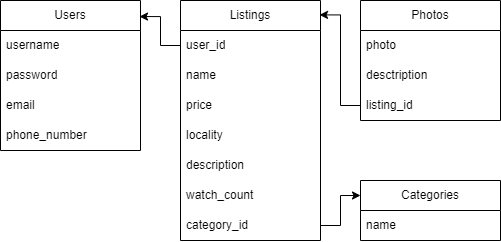
Above: database/BazarDatabase.png in Kolby11/Bazar-WebApplication-Backend (draw.io), before the change. Source tidied: cells renumbered, new cells last; positions are measured from the earlier drawing's top-left corner, leaving out a move shared by most shapes. Source of this version:
```xml
<mxGraphModel>
  <root>
    <mxCell id="0" />
    <mxCell id="1" parent="0" />
    <mxCell id="2" value="Categories" style="swimlane;fontStyle=0;horizontal=1;startSize=30;whiteSpace=wrap;html=1;" parent="1" vertex="1">
      <mxGeometry x="360" y="180" width="140" height="60" as="geometry" />
    </mxCell>
    <mxCell id="3" value="name" style="text;strokeColor=none;fillColor=none;align=left;verticalAlign=middle;spacingLeft=4;spacingRight=4;overflow=hidden;whiteSpace=wrap;html=1;" parent="2" vertex="1">
      <mxGeometry y="30" width="140" height="30" as="geometry" />
    </mxCell>
    <mxCell id="4" value="Listings" style="swimlane;fontStyle=0;horizontal=1;startSize=30;whiteSpace=wrap;html=1;" parent="1" vertex="1">
      <mxGeometry x="180" width="140" height="240" as="geometry" />
    </mxCell>
    <mxCell id="5" value="user_id" style="text;strokeColor=none;fillColor=none;align=left;verticalAlign=middle;spacingLeft=4;spacingRight=4;overflow=hidden;points=[[0,0.5],[1,0.5]];portConstraint=eastwest;whiteSpace=wrap;html=1;" parent="4" vertex="1">
      <mxGeometry y="30" width="140" height="30" as="geometry" />
    </mxCell>
    <mxCell id="6" value="name" style="text;strokeColor=none;fillColor=none;align=left;verticalAlign=middle;spacingLeft=4;spacingRight=4;overflow=hidden;whiteSpace=wrap;html=1;" parent="4" vertex="1">
      <mxGeometry y="60" width="140" height="30" as="geometry" />
    </mxCell>
    <mxCell id="7" value="price" style="text;strokeColor=none;fillColor=none;align=left;verticalAlign=middle;spacingLeft=4;spacingRight=4;overflow=hidden;whiteSpace=wrap;html=1;" parent="4" vertex="1">
      <mxGeometry y="90" width="140" height="30" as="geometry" />
    </mxCell>
    <mxCell id="8" value="locality" style="text;html=1;strokeColor=none;fillColor=none;align=left;verticalAlign=middle;whiteSpace=wrap;rounded=0;spacingLeft=4;spacingRight=4;" parent="4" vertex="1">
      <mxGeometry y="120" width="140" height="30" as="geometry" />
    </mxCell>
    <mxCell id="9" value="description" style="text;html=1;strokeColor=none;fillColor=none;align=left;verticalAlign=middle;whiteSpace=wrap;rounded=0;spacingLeft=4;spacingRight=4;" parent="4" vertex="1">
      <mxGeometry y="150" width="140" height="30" as="geometry" />
    </mxCell>
    <mxCell id="10" value="watch_count" style="text;html=1;strokeColor=none;fillColor=none;align=left;verticalAlign=middle;whiteSpace=wrap;rounded=0;spacingLeft=4;spacingRight=4;" parent="4" vertex="1">
      <mxGeometry y="180" width="140" height="30" as="geometry" />
    </mxCell>
    <mxCell id="11" value="category_id" style="text;html=1;strokeColor=none;fillColor=none;align=left;verticalAlign=middle;whiteSpace=wrap;rounded=0;spacingLeft=4;spacingRight=4;" parent="4" vertex="1">
      <mxGeometry y="210" width="140" height="30" as="geometry" />
    </mxCell>
    <mxCell id="12" value="Users" style="swimlane;fontStyle=0;horizontal=1;startSize=30;whiteSpace=wrap;html=1;" parent="1" vertex="1">
      <mxGeometry width="140" height="150" as="geometry" />
    </mxCell>
    <mxCell id="13" value="username" style="text;strokeColor=none;fillColor=none;align=left;verticalAlign=middle;spacingLeft=4;spacingRight=4;overflow=hidden;whiteSpace=wrap;html=1;" parent="12" vertex="1">
      <mxGeometry y="30" width="140" height="30" as="geometry" />
    </mxCell>
    <mxCell id="14" value="password" style="text;strokeColor=none;fillColor=none;align=left;verticalAlign=middle;spacingLeft=4;spacingRight=4;overflow=hidden;whiteSpace=wrap;html=1;" parent="12" vertex="1">
      <mxGeometry y="60" width="140" height="30" as="geometry" />
    </mxCell>
    <mxCell id="15" value="email" style="text;strokeColor=none;fillColor=none;align=left;verticalAlign=middle;spacingLeft=4;spacingRight=4;overflow=hidden;whiteSpace=wrap;html=1;" parent="12" vertex="1">
      <mxGeometry y="90" width="140" height="30" as="geometry" />
    </mxCell>
    <mxCell id="16" value="phone_number" style="text;html=1;strokeColor=none;fillColor=none;align=left;verticalAlign=middle;whiteSpace=wrap;rounded=0;spacingLeft=4;spacingRight=4;" parent="12" vertex="1">
      <mxGeometry y="120" width="140" height="30" as="geometry" />
    </mxCell>
    <mxCell id="17" value="Photos" style="swimlane;fontStyle=0;horizontal=1;startSize=30;whiteSpace=wrap;html=1;" parent="1" vertex="1">
      <mxGeometry x="360" width="140" height="120" as="geometry" />
    </mxCell>
    <mxCell id="18" value="photo" style="text;strokeColor=none;fillColor=none;align=left;verticalAlign=middle;spacingLeft=4;spacingRight=4;overflow=hidden;whiteSpace=wrap;html=1;" parent="17" vertex="1">
      <mxGeometry y="30" width="140" height="30" as="geometry" />
    </mxCell>
    <mxCell id="19" value="desctription" style="text;strokeColor=none;fillColor=none;align=left;verticalAlign=middle;spacingLeft=4;spacingRight=4;overflow=hidden;whiteSpace=wrap;html=1;" parent="17" vertex="1">
      <mxGeometry y="60" width="140" height="30" as="geometry" />
    </mxCell>
    <mxCell id="20" value="listing_id" style="text;strokeColor=none;fillColor=none;align=left;verticalAlign=middle;spacingLeft=4;spacingRight=4;overflow=hidden;points=[[0,0.5],[1,0.5]];portConstraint=eastwest;whiteSpace=wrap;html=1;" parent="17" vertex="1">
      <mxGeometry y="90" width="140" height="30" as="geometry" />
    </mxCell>
    <mxCell id="21" style="edgeStyle=orthogonalEdgeStyle;rounded=0;jettySize=auto;html=1;exitX=1;exitY=0.5;exitDx=0;exitDy=0;entryX=0;entryY=0.25;entryDx=0;entryDy=0;" parent="1" edge="1" source="11" target="2">
      <mxGeometry relative="1" as="geometry">
        <Array as="points">
          <mxPoint x="340" y="225" />
          <mxPoint x="340" y="195" />
        </Array>
      </mxGeometry>
    </mxCell>
    <mxCell id="22" style="edgeStyle=orthogonalEdgeStyle;rounded=0;jettySize=auto;html=1;exitX=0;exitY=0.5;exitDx=0;exitDy=0;entryX=0.993;entryY=0.107;entryDx=0;entryDy=0;entryPerimeter=0;" parent="1" edge="1" source="5" target="12">
      <mxGeometry relative="1" as="geometry" />
    </mxCell>
    <mxCell id="23" style="edgeStyle=orthogonalEdgeStyle;rounded=0;jettySize=auto;html=1;exitX=0;exitY=0.5;exitDx=0;exitDy=0;entryX=0.993;entryY=0.06;entryDx=0;entryDy=0;entryPerimeter=0;" parent="1" edge="1" source="20" target="4">
      <mxGeometry relative="1" as="geometry">
        <Array as="points">
          <mxPoint x="340" y="105" />
          <mxPoint x="340" y="14" />
        </Array>
      </mxGeometry>
    </mxCell>
  </root>
</mxGraphModel>
```
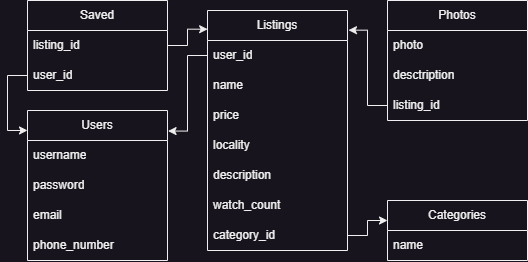
After the change.

Commit message:
added saved listings table to database

Diff of the diagram source:
```diff
@@ -3,13 +3,13 @@
     <mxCell id="0" />
     <mxCell id="1" parent="0" />
     <mxCell id="2" value="Categories" style="swimlane;fontStyle=0;horizontal=1;startSize=30;whiteSpace=wrap;html=1;" parent="1" vertex="1">
-      <mxGeometry x="360" y="180" width="140" height="60" as="geometry" />
+      <mxGeometry x="360" y="200" width="140" height="60" as="geometry" />
     </mxCell>
     <mxCell id="3" value="name" style="text;strokeColor=none;fillColor=none;align=left;verticalAlign=middle;spacingLeft=4;spacingRight=4;overflow=hidden;whiteSpace=wrap;html=1;" parent="2" vertex="1">
       <mxGeometry y="30" width="140" height="30" as="geometry" />
     </mxCell>
     <mxCell id="4" value="Listings" style="swimlane;fontStyle=0;horizontal=1;startSize=30;whiteSpace=wrap;html=1;" parent="1" vertex="1">
-      <mxGeometry x="180" width="140" height="240" as="geometry" />
+      <mxGeometry x="180" y="10" width="140" height="240" as="geometry" />
     </mxCell>
     <mxCell id="5" value="user_id" style="text;strokeColor=none;fillColor=none;align=left;verticalAlign=middle;spacingLeft=4;spacingRight=4;overflow=hidden;points=[[0,0.5],[1,0.5]];portConstraint=eastwest;whiteSpace=wrap;html=1;" parent="4" vertex="1">
       <mxGeometry y="30" width="140" height="30" as="geometry" />
@@ -33,7 +33,7 @@
       <mxGeometry y="210" width="140" height="30" as="geometry" />
     </mxCell>
     <mxCell id="12" value="Users" style="swimlane;fontStyle=0;horizontal=1;startSize=30;whiteSpace=wrap;html=1;" parent="1" vertex="1">
-      <mxGeometry width="140" height="150" as="geometry" />
+      <mxGeometry y="110" width="140" height="150" as="geometry" />
     </mxCell>
     <mxCell id="13" value="username" style="text;strokeColor=none;fillColor=none;align=left;verticalAlign=middle;spacingLeft=4;spacingRight=4;overflow=hidden;whiteSpace=wrap;html=1;" parent="12" vertex="1">
       <mxGeometry y="30" width="140" height="30" as="geometry" />
@@ -59,24 +59,51 @@
     <mxCell id="20" value="listing_id" style="text;strokeColor=none;fillColor=none;align=left;verticalAlign=middle;spacingLeft=4;spacingRight=4;overflow=hidden;points=[[0,0.5],[1,0.5]];portConstraint=eastwest;whiteSpace=wrap;html=1;" parent="17" vertex="1">
       <mxGeometry y="90" width="140" height="30" as="geometry" />
     </mxCell>
-    <mxCell id="21" style="edgeStyle=orthogonalEdgeStyle;rounded=0;jettySize=auto;html=1;exitX=1;exitY=0.5;exitDx=0;exitDy=0;entryX=0;entryY=0.25;entryDx=0;entryDy=0;" parent="1" edge="1" source="11" target="2">
+    <mxCell id="21" style="edgeStyle=orthogonalEdgeStyle;rounded=0;jettySize=auto;html=1;exitX=1;exitY=0.5;exitDx=0;exitDy=0;" parent="1" edge="1" source="11">
       <mxGeometry relative="1" as="geometry">
+        <mxPoint x="360" y="220" as="targetPoint" />
         <Array as="points">
-          <mxPoint x="340" y="225" />
-          <mxPoint x="340" y="195" />
+          <mxPoint x="340" y="235" />
+          <mxPoint x="340" y="220" />
+          <mxPoint x="360" y="220" />
         </Array>
       </mxGeometry>
     </mxCell>
+    <mxCell id="24" value="Saved" style="swimlane;fontStyle=0;horizontal=1;startSize=30;whiteSpace=wrap;html=1;" parent="1" vertex="1">
+      <mxGeometry width="140" height="90" as="geometry" />
+    </mxCell>
+    <mxCell id="25" value="listing_id" style="text;strokeColor=none;fillColor=none;align=left;verticalAlign=middle;spacingLeft=4;spacingRight=4;overflow=hidden;points=[[0,0.5],[1,0.5]];portConstraint=eastwest;whiteSpace=wrap;html=1;" parent="24" vertex="1">
+      <mxGeometry y="30" width="140" height="30" as="geometry" />
+    </mxCell>
+    <mxCell id="26" value="user_id" style="text;strokeColor=none;fillColor=none;align=left;verticalAlign=middle;spacingLeft=4;spacingRight=4;overflow=hidden;points=[[0,0.5],[1,0.5]];portConstraint=eastwest;whiteSpace=wrap;html=1;" parent="24" vertex="1">
+      <mxGeometry y="60" width="140" height="30" as="geometry" />
+    </mxCell>
+    <mxCell id="23" style="edgeStyle=orthogonalEdgeStyle;rounded=0;jettySize=auto;html=1;entryX=1.007;entryY=0.082;entryDx=0;entryDy=0;entryPerimeter=0;" parent="1" edge="1" source="20" target="4">
+      <mxGeometry relative="1" as="geometry">
+        <Array as="points">
+          <mxPoint x="340" y="105" />
+          <mxPoint x="340" y="30" />
+        </Array>
+      </mxGeometry>
+    </mxCell>
-    <mxCell id="22" style="edgeStyle=orthogonalEdgeStyle;rounded=0;jettySize=auto;html=1;exitX=0;exitY=0.5;exitDx=0;exitDy=0;entryX=0.993;entryY=0.107;entryDx=0;entryDy=0;entryPerimeter=0;" parent="1" edge="1" source="5" target="12">
-      <mxGeometry relative="1" as="geometry" />
+    <mxCell id="22" style="edgeStyle=orthogonalEdgeStyle;rounded=0;jettySize=auto;html=1;exitX=0;exitY=0.5;exitDx=0;exitDy=0;entryX=1.004;entryY=0.137;entryDx=0;entryDy=0;entryPerimeter=0;" parent="1" edge="1" source="5" target="12">
+      <mxGeometry relative="1" as="geometry">
+        <Array as="points">
+          <mxPoint x="160" y="55" />
+          <mxPoint x="160" y="131" />
+        </Array>
+      </mxGeometry>
     </mxCell>
-    <mxCell id="23" style="edgeStyle=orthogonalEdgeStyle;rounded=0;jettySize=auto;html=1;exitX=0;exitY=0.5;exitDx=0;exitDy=0;entryX=0.993;entryY=0.06;entryDx=0;entryDy=0;entryPerimeter=0;" parent="1" edge="1" source="20" target="4">
-      <mxGeometry relative="1" as="geometry">
-        <Array as="points">
-          <mxPoint x="340" y="105" />
-          <mxPoint x="340" y="14" />
-        </Array>
-      </mxGeometry>
-    </mxCell>
+    <mxCell id="27" style="edgeStyle=orthogonalEdgeStyle;rounded=0;jettySize=auto;html=1;entryX=0;entryY=0.133;entryDx=0;entryDy=0;entryPerimeter=0;" parent="1" edge="1" source="26" target="12">
+      <mxGeometry relative="1" as="geometry">
+        <Array as="points">
+          <mxPoint x="-20" y="75" />
+          <mxPoint x="-20" y="130" />
+        </Array>
+      </mxGeometry>
+    </mxCell>
+    <mxCell id="28" style="edgeStyle=orthogonalEdgeStyle;rounded=0;jettySize=auto;html=1;entryX=0.001;entryY=0.078;entryDx=0;entryDy=0;entryPerimeter=0;" parent="1" edge="1" source="25" target="4">
+      <mxGeometry relative="1" as="geometry" />
+    </mxCell>
   </root>
 </mxGraphModel>
```
